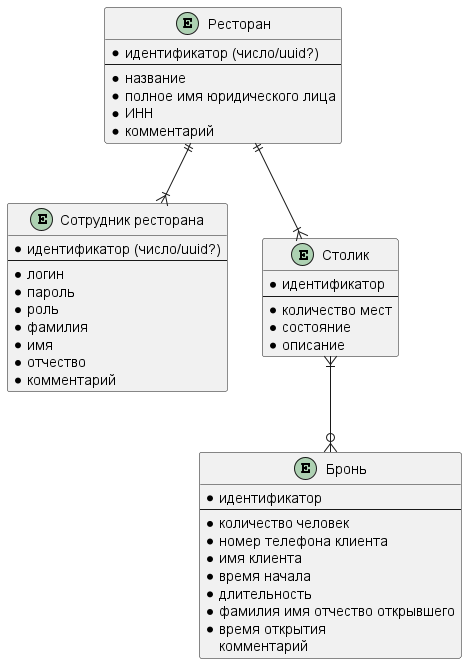
Before: documentation/диаграммы/out/Диаграмма сущностей.png, a diagram exported from PlantUML (PavelPutin/restobook). The source it was exported from:
```plantuml
@startuml Диаграмма сущностей


entity "Ресторан" {
    * идентификатор (число/uuid?)
    --
    * название
    * полное имя юридического лица
    * ИНН
    * комментарий
}

entity "Сотрудник ресторана" {
    * идентификатор (число/uuid?)
    --
    * логин
    * пароль
    * роль
    * фамилия
    * имя
    * отчество
    * комментарий
}

entity "Столик" {
    * идентификатор
    --
    * количество мест
    * состояние
    * описание
}

entity "Бронь" {
    * идентификатор
    --
    * количество человек
    * номер телефона клиента
    * имя клиента
    * время начала
    * длительность
    * фамилия имя отчество открывшего
    * время открытия
    комментарий
}

"Ресторан" ||--|{ "Сотрудник ресторана"
"Ресторан" ||--|{ "Столик"
"Столик" }|--o{ "Бронь"

@enduml
```
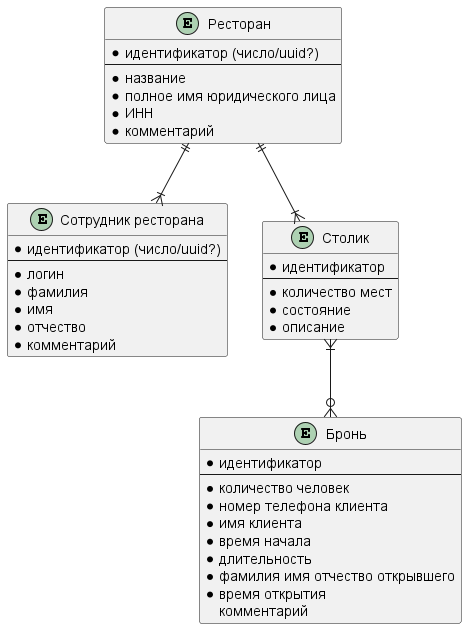
After the commit.

Commit message:
fix: update ER and class diagram

What changed in the source:
```diff
@@ -14,8 +14,6 @@
     * идентификатор (число/uuid?)
     --
     * логин
-    * пароль
-    * роль
     * фамилия
     * имя
     * отчество
```
